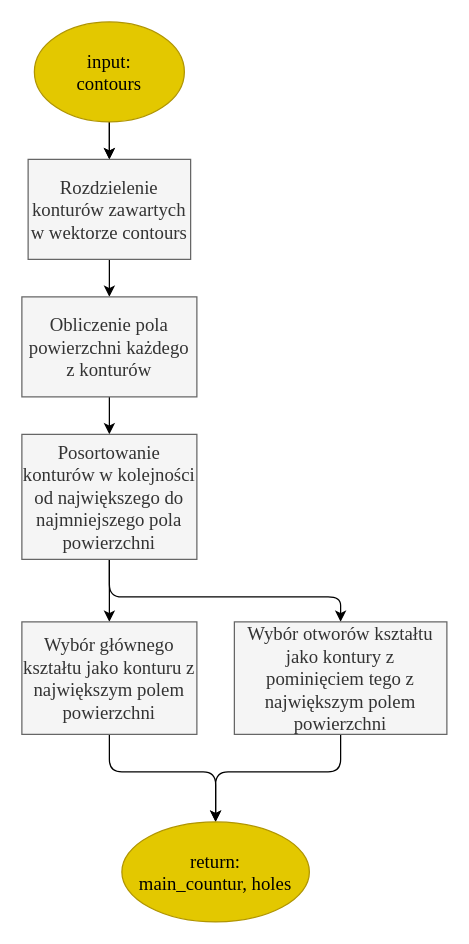
Before: Drawio/find_main_and_holes.drawio in R3K77/Praca-inzynierska---sortowanie-elementow-wycinanych-laserowo, a draw.io diagram. Source tidied: cells renumbered, new cells numbered last; positions are measured from the earlier drawing's top-left corner, leaving out a move shared by most shapes. Both pictures are drawn from the tidied source at 125%, with x=0, y=0 at pixel (21, 21).
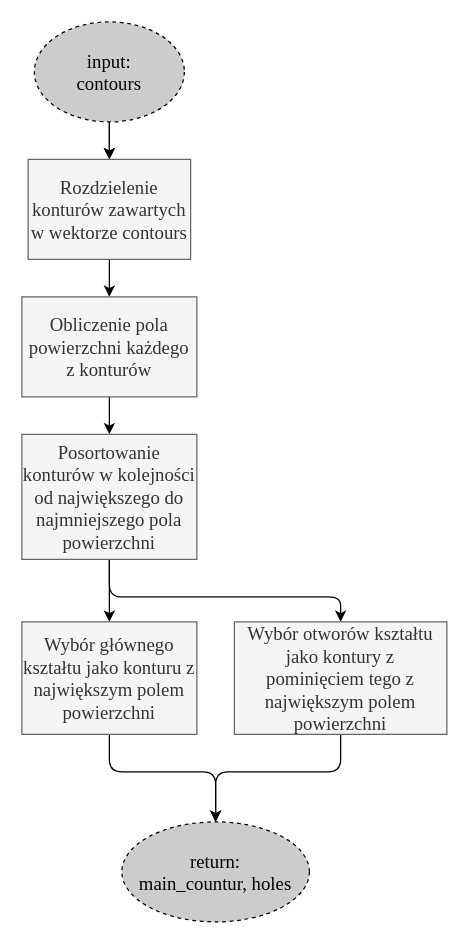
The same diagram, later.

Diff of the diagram source:
```diff
@@
-    <mxCell id="4" value="input:&lt;br style=&quot;font-size: 15px;&quot;&gt;contours" style="ellipse;whiteSpace=wrap;html=1;fillColor=#e3c800;fontColor=#000000;strokeColor=#B09500;fontFamily=Garamond;fontSize=15;" parent="1" vertex="1">
+    <mxCell id="4" value="input:&lt;br style=&quot;font-size: 15px;&quot;&gt;contours" style="ellipse;whiteSpace=wrap;html=1;fillColor=#CCCCCC;fontColor=#000000;strokeColor=#000000;fontFamily=Garamond;fontSize=15;dashed=1;" parent="1" vertex="1">
       <mxGeometry x="10" width="120" height="80" as="geometry" />
     </mxCell>
@@
-    <mxCell id="16" value="return:&lt;br&gt;main_countur, holes" style="ellipse;whiteSpace=wrap;html=1;fillColor=#e3c800;fontColor=#000000;strokeColor=#B09500;fontFamily=Garamond;fontSize=15;" parent="1" vertex="1">
+    <mxCell id="16" value="return:&lt;br&gt;main_countur, holes" style="ellipse;whiteSpace=wrap;html=1;fillColor=#CCCCCC;fontColor=#000000;strokeColor=#000000;fontFamily=Garamond;fontSize=15;dashed=1;" parent="1" vertex="1">
       <mxGeometry x="80" y="640" width="150" height="80" as="geometry" />
     </mxCell>
```
